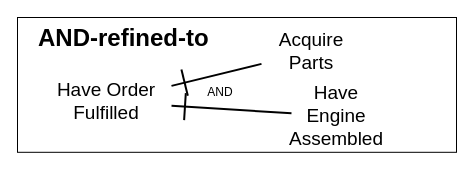
Above: page "iRL-manu-rel-1-and" (1 of 14) of Projects/iRL/Parameters/Images/Manufacturer/relationships/AND.drawio in cmg-york/Peira (draw.io), before the change. Source tidied: cells renumbered, new cells numbered last; positions are measured from the earlier drawing's top-left corner, leaving out a move shared by most shapes. Both pictures are drawn from the tidied source at 100%, with x=0, y=0 at pixel (17, 17).
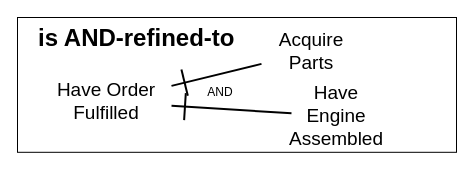
Above is the later version.

The edit, as a diff of the source:
```diff
@@
 <mxGraphModel>
   <root>
     <mxCell id="0" />
     <mxCell id="1" parent="0" />
-    <mxCell id="2" value="&lt;font&gt;&lt;b&gt;AND-refined-to&lt;/b&gt;&lt;/font&gt;" style="rounded=0;whiteSpace=wrap;html=1;align=left;fontSize=24;spacingLeft=19;horizontal=1;verticalAlign=top;" parent="1" vertex="1">
+    <mxCell id="2" value="&lt;font&gt;&lt;b&gt;is AND-refined-to&lt;/b&gt;&lt;/font&gt;" style="rounded=0;whiteSpace=wrap;html=1;align=left;fontSize=24;spacingLeft=19;horizontal=1;verticalAlign=top;" parent="1" vertex="1">
       <mxGeometry width="439" height="134.8" as="geometry" />
     </mxCell>
     <mxCell id="3" value="Acquire Parts" style="text;html=1;align=center;verticalAlign=middle;whiteSpace=wrap;rounded=0;fontSize=19;" parent="1" vertex="1">
       <mxGeometry x="244" y="19.2" width="100" height="30" as="geometry" />
     </mxCell>
     <mxCell id="4" value="Have Order Fulfilled" style="text;html=1;align=center;verticalAlign=middle;whiteSpace=wrap;rounded=0;fontSize=19;" parent="1" vertex="1">
       <mxGeometry x="24" y="49.2" width="130" height="70" as="geometry" />
     </mxCell>
     <mxCell id="5" style="endArrow=ERone;html=1;strokeWidth=2;endFill=0;endSize=24;" parent="1" edge="1" source="3" target="4">
       <mxGeometry relative="1" as="geometry" />
     </mxCell>
     <mxCell id="6" value="Have Engine Assembled" style="text;html=1;align=center;verticalAlign=middle;whiteSpace=wrap;rounded=0;fontSize=19;" parent="1" vertex="1">
       <mxGeometry x="274" y="88" width="90" height="21.2" as="geometry" />
     </mxCell>
     <mxCell id="7" style="endArrow=ERone;html=1;strokeWidth=2;endFill=0;endSize=24;" parent="1" edge="1" source="6" target="4">
       <mxGeometry relative="1" as="geometry" />
     </mxCell>
     <mxCell id="8" value="AND" style="text;html=1;align=center;verticalAlign=middle;whiteSpace=wrap;rounded=0;" parent="1" vertex="1">
       <mxGeometry x="173" y="60" width="60" height="30" as="geometry" />
     </mxCell>
   </root>
 </mxGraphModel>
```
